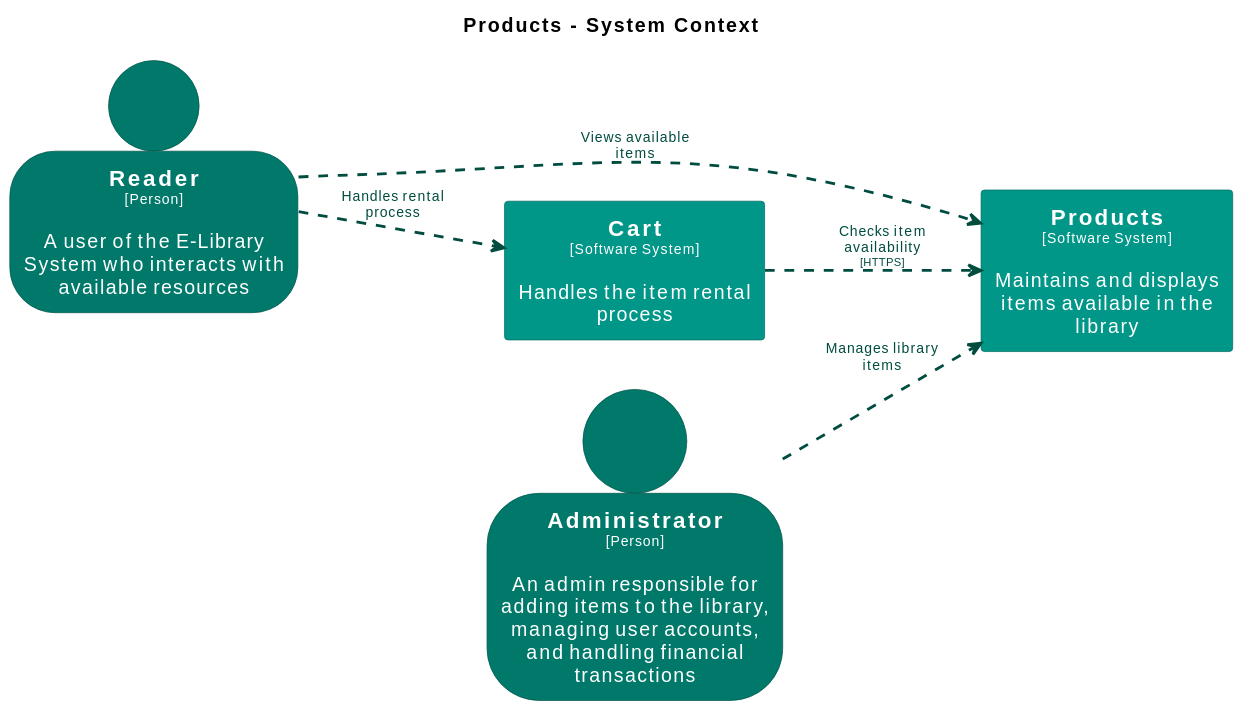
Earlier version of the PlantUML export main/svg/SystemContext-003.svg (Goodmorning918/E-Library-Architecture). Its source is kept beside it as main/puml/SystemContext-003.puml.
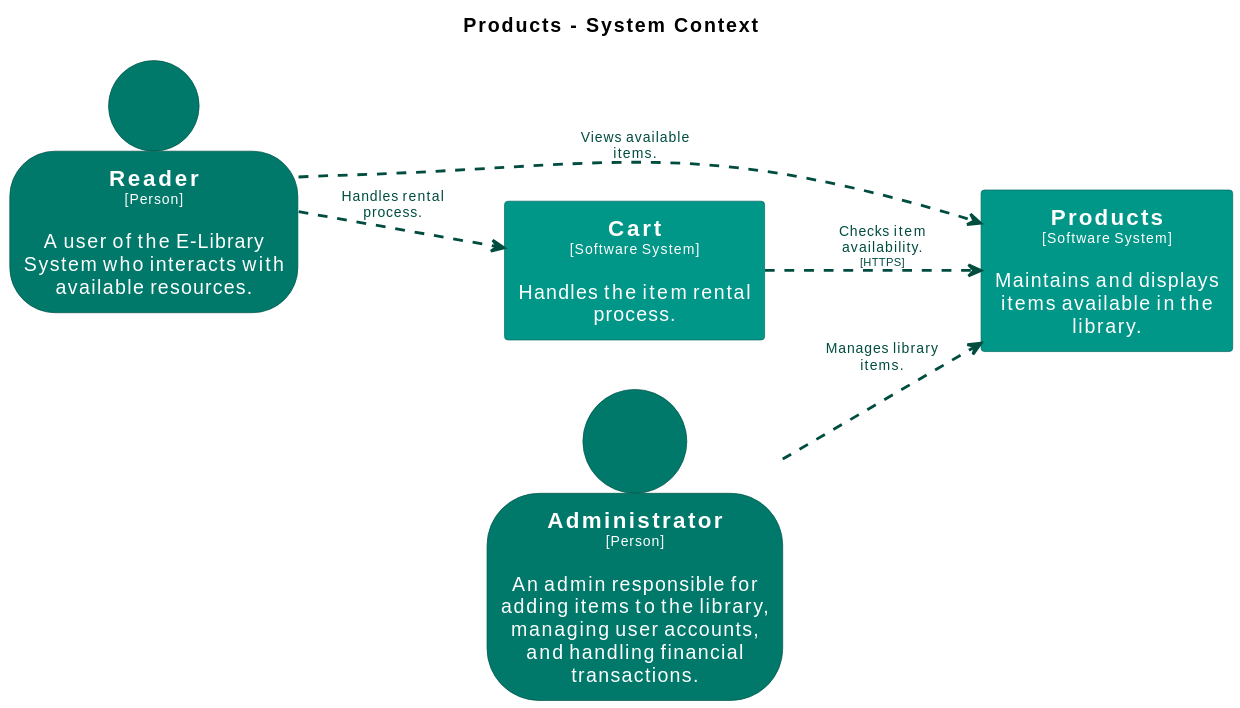
After the change.

Change to the diagram source:
```diff
@@ -38,13 +38,13 @@
   shadowing false
 }
 
-person "==Reader\n<size:10>[Person]</size>\n\nA user of the E-Library System who interacts with available resources" <<Reader>> as Reader
-rectangle "==Products\n<size:10>[Software System]</size>\n\nMaintains and displays items available in the library" <<Products>> as Products
-rectangle "==Cart\n<size:10>[Software System]</size>\n\nHandles the item rental process" <<Cart>> as Cart
-person "==Administrator\n<size:10>[Person]</size>\n\nAn admin responsible for adding items to the library, managing user accounts, and handling financial transactions" <<Administrator>> as Administrator
+person "==Reader\n<size:10>[Person]</size>\n\nA user of the E-Library System who interacts with available resources." <<Reader>> as Reader
+rectangle "==Products\n<size:10>[Software System]</size>\n\nMaintains and displays items available in the library." <<Products>> as Products
+rectangle "==Cart\n<size:10>[Software System]</size>\n\nHandles the item rental process." <<Cart>> as Cart
+person "==Administrator\n<size:10>[Person]</size>\n\nAn admin responsible for adding items to the library, managing user accounts, and handling financial transactions." <<Administrator>> as Administrator
 
-Reader .[#004d40,thickness=2].> Products : "<color:#004d40>Views available items"
-Reader .[#004d40,thickness=2].> Cart : "<color:#004d40>Handles rental process"
-Administrator .[#004d40,thickness=2].> Products : "<color:#004d40>Manages library items"
-Cart .[#004d40,thickness=2].> Products : "<color:#004d40>Checks item availability\n<color:#004d40><size:8>[HTTPS]</size>"
+Reader .[#004d40,thickness=2].> Products : "<color:#004d40>Views available items."
+Reader .[#004d40,thickness=2].> Cart : "<color:#004d40>Handles rental process."
+Administrator .[#004d40,thickness=2].> Products : "<color:#004d40>Manages library items."
+Cart .[#004d40,thickness=2].> Products : "<color:#004d40>Checks item availability.\n<color:#004d40><size:8>[HTTPS]</size>"
 @enduml
```
